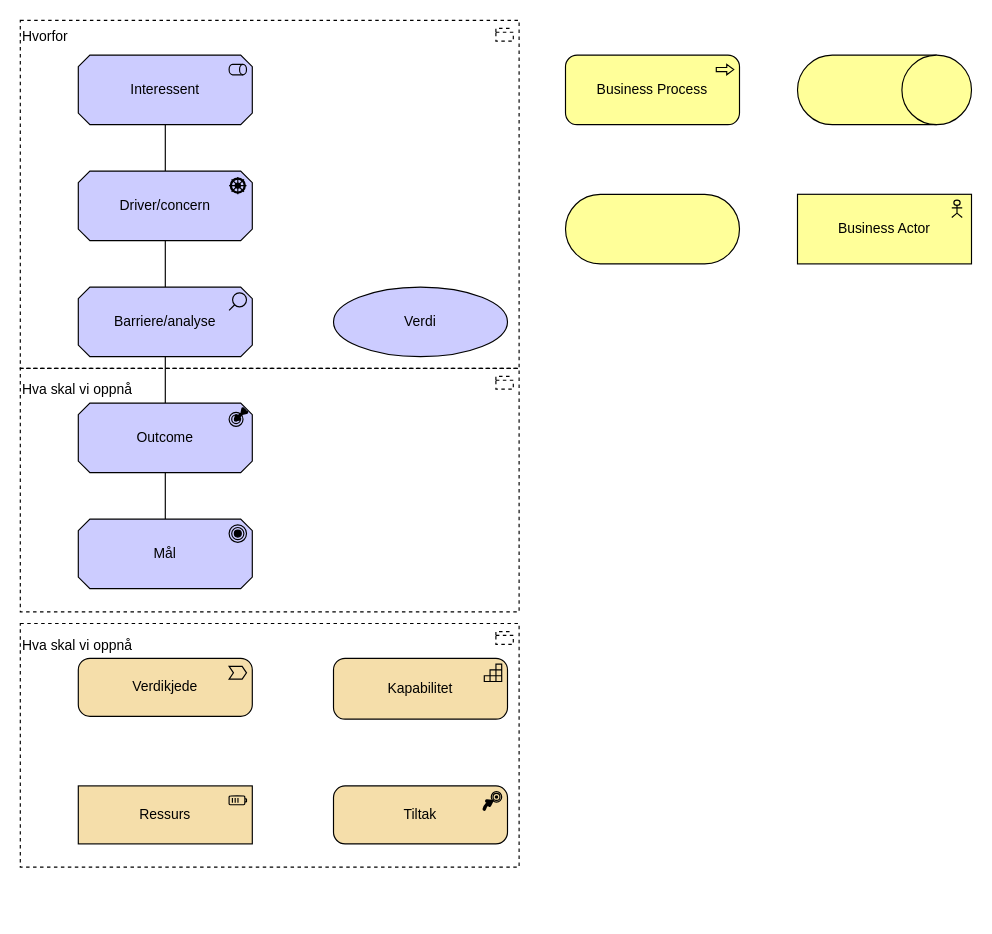
The draw.io diagram docs/why/arkitektur-motivasjon.drawio in hdir/Digital-Forstelinje, before the edit. Source tidied: cells renumbered, new cells numbered last; positions are measured from the earlier drawing's top-left corner, leaving out a move shared by most shapes. Both pictures are drawn from the tidied source at 116%, with x=0, y=0 at pixel (20, 20).
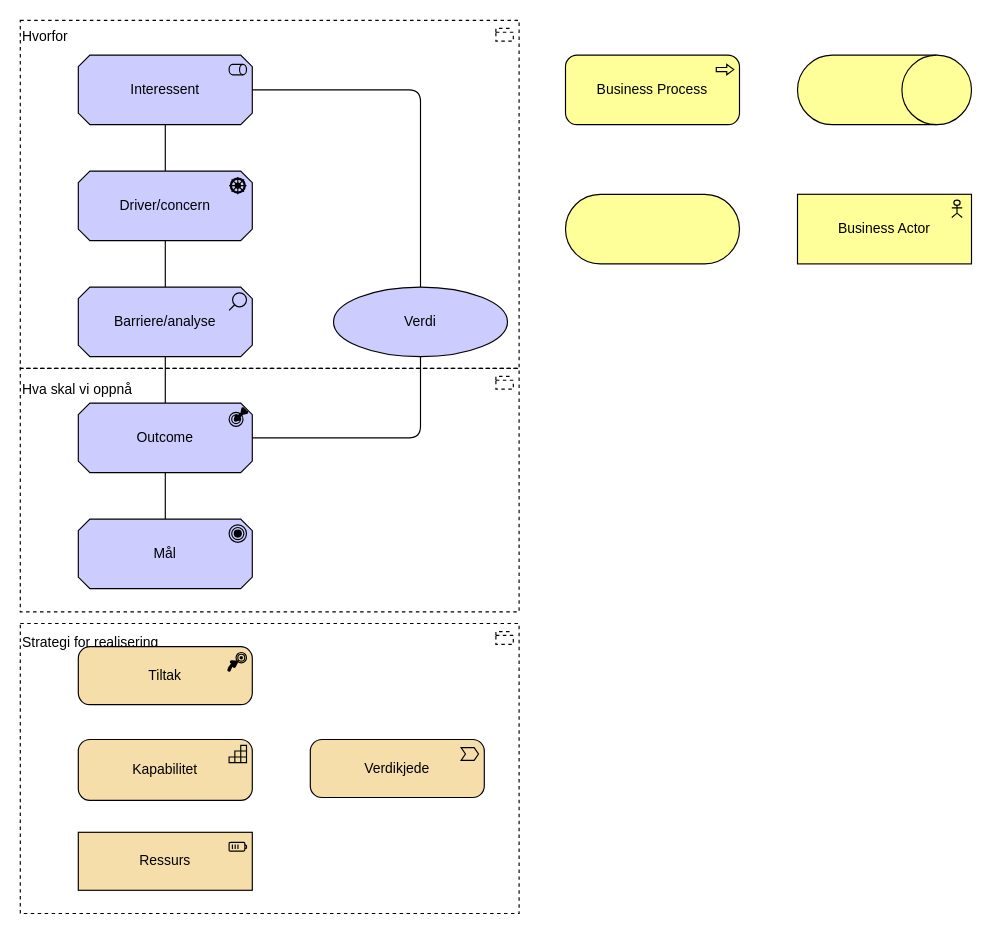
The same page after the edit.

The change refers to these unchanged cells:
```xml
<mxCell id="4" value="Interessent" style="html=1;outlineConnect=0;whiteSpace=wrap;fillColor=#CCCCFF;shape=mxgraph.archimate3.application;appType=role;archiType=oct;" parent="1" vertex="1">
  <mxGeometry x="50" y="30" width="150" height="60" as="geometry" />
</mxCell>
<mxCell id="6" value="Outcome" style="html=1;outlineConnect=0;whiteSpace=wrap;fillColor=#CCCCFF;shape=mxgraph.archimate3.application;appType=outcome;archiType=oct;" parent="1" vertex="1">
  <mxGeometry x="50" y="330" width="150" height="60" as="geometry" />
</mxCell>
<mxCell id="12" value="Verdi" style="shape=ellipse;html=1;whiteSpace=wrap;fillColor=#CCCCFF;" parent="1" vertex="1">
  <mxGeometry x="270" y="230" width="150" height="60" as="geometry" />
</mxCell>
```

Diff of the diagram source:
```diff
@@
+    <mxCell id="22" value="Strategi for realisering&lt;div&gt;&lt;font color=&quot;#000000&quot;&gt;&lt;br&gt;&lt;/font&gt;&lt;/div&gt;&lt;div&gt;&lt;font color=&quot;#000000&quot;&gt;&lt;br&gt;&lt;/font&gt;&lt;/div&gt;&lt;div&gt;&lt;font color=&quot;#000000&quot;&gt;&lt;br&gt;&lt;/font&gt;&lt;div&gt;&lt;font color=&quot;#000000&quot;&gt;&lt;br&gt;&lt;/font&gt;&lt;/div&gt;&lt;div&gt;&lt;font color=&quot;#000000&quot;&gt;&lt;br&gt;&lt;/font&gt;&lt;/div&gt;&lt;div&gt;&lt;font color=&quot;#000000&quot;&gt;&lt;br&gt;&lt;/font&gt;&lt;/div&gt;&lt;div&gt;&lt;font color=&quot;#000000&quot;&gt;&lt;br&gt;&lt;/font&gt;&lt;/div&gt;&lt;div&gt;&lt;font color=&quot;#000000&quot;&gt;&lt;br&gt;&lt;/font&gt;&lt;/div&gt;&lt;div&gt;&lt;font color=&quot;#000000&quot;&gt;&lt;br&gt;&lt;/font&gt;&lt;/div&gt;&lt;div&gt;&lt;font color=&quot;#000000&quot;&gt;&lt;br&gt;&lt;/font&gt;&lt;/div&gt;&lt;div&gt;&lt;font color=&quot;#000000&quot;&gt;&lt;br&gt;&lt;/font&gt;&lt;/div&gt;&lt;div&gt;&lt;font color=&quot;#000000&quot;&gt;&lt;br&gt;&lt;/font&gt;&lt;div&gt;&lt;br&gt;&lt;/div&gt;&lt;div&gt;&lt;br&gt;&lt;/div&gt;&lt;div&gt;&lt;br&gt;&lt;/div&gt;&lt;/div&gt;&lt;/div&gt;" style="html=1;whiteSpace=wrap;shape=mxgraph.archimate3.application;appType=grouping;archiType=square;dashed=1;fillColor=none;align=left;" parent="1" vertex="1">
+      <mxGeometry y="520" width="430" height="250" as="geometry" />
+    </mxCell>
@@
+    <mxCell id="21" value="Hvorfor&lt;div&gt;&lt;br&gt;&lt;/div&gt;&lt;div&gt;&lt;br&gt;&lt;/div&gt;&lt;div&gt;&lt;br&gt;&lt;/div&gt;&lt;div&gt;&lt;br&gt;&lt;/div&gt;&lt;div&gt;&lt;br&gt;&lt;/div&gt;&lt;div&gt;&lt;br&gt;&lt;/div&gt;&lt;div&gt;&lt;br&gt;&lt;/div&gt;&lt;div&gt;&lt;br&gt;&lt;/div&gt;&lt;div&gt;&lt;br&gt;&lt;/div&gt;&lt;div&gt;&lt;br&gt;&lt;/div&gt;&lt;div&gt;&lt;br&gt;&lt;/div&gt;&lt;div&gt;&lt;br&gt;&lt;/div&gt;&lt;div&gt;&lt;br&gt;&lt;/div&gt;&lt;div&gt;&lt;br&gt;&lt;/div&gt;&lt;div&gt;&lt;br&gt;&lt;/div&gt;&lt;div&gt;&lt;br&gt;&lt;/div&gt;&lt;div&gt;&lt;br&gt;&lt;/div&gt;&lt;div&gt;&lt;br&gt;&lt;/div&gt;&lt;div&gt;&lt;br&gt;&lt;/div&gt;" style="html=1;whiteSpace=wrap;shape=mxgraph.archimate3.application;appType=grouping;archiType=square;dashed=1;fillColor=none;align=left;" parent="1" vertex="1">
+      <mxGeometry width="430" height="300" as="geometry" />
+    </mxCell>
@@
     <mxCell id="13" value="Verdikjede" style="html=1;whiteSpace=wrap;fillColor=#F5DEAA;shape=mxgraph.archimate3.application;appType=valueStream;archiType=rounded;" parent="1" vertex="1">
-      <mxGeometry x="50" y="550" width="150" height="50" as="geometry" />
+      <mxGeometry x="250" y="620" width="150" height="50" as="geometry" />
     </mxCell>
     <mxCell id="14" value="Kapabilitet" style="html=1;whiteSpace=wrap;fillColor=#F5DEAA;shape=mxgraph.archimate3.application;appType=capability;archiType=rounded;" parent="1" vertex="1">
-      <mxGeometry x="270" y="550" width="150" height="52.5" as="geometry" />
+      <mxGeometry x="50" y="620" width="150" height="52.5" as="geometry" />
     </mxCell>
     <mxCell id="15" value="Tiltak" style="html=1;whiteSpace=wrap;fillColor=#F5DEAA;shape=mxgraph.archimate3.application;appType=course;archiType=rounded;" parent="1" vertex="1">
-      <mxGeometry x="270" y="660" width="150" height="50" as="geometry" />
+      <mxGeometry x="50" y="540" width="150" height="50" as="geometry" />
     </mxCell>
     <mxCell id="16" value="Ressurs" style="html=1;whiteSpace=wrap;fillColor=#F5DEAA;shape=mxgraph.archimate3.application;appType=resource;archiType=square;" parent="1" vertex="1">
-      <mxGeometry x="50" y="660" width="150" height="50" as="geometry" />
+      <mxGeometry x="50" y="700" width="150" height="50" as="geometry" />
     </mxCell>
@@
-    <mxCell id="21" value="Hvorfor&lt;div&gt;&lt;br&gt;&lt;/div&gt;&lt;div&gt;&lt;br&gt;&lt;/div&gt;&lt;div&gt;&lt;br&gt;&lt;/div&gt;&lt;div&gt;&lt;br&gt;&lt;/div&gt;&lt;div&gt;&lt;br&gt;&lt;/div&gt;&lt;div&gt;&lt;br&gt;&lt;/div&gt;&lt;div&gt;&lt;br&gt;&lt;/div&gt;&lt;div&gt;&lt;br&gt;&lt;/div&gt;&lt;div&gt;&lt;br&gt;&lt;/div&gt;&lt;div&gt;&lt;br&gt;&lt;/div&gt;&lt;div&gt;&lt;br&gt;&lt;/div&gt;&lt;div&gt;&lt;br&gt;&lt;/div&gt;&lt;div&gt;&lt;br&gt;&lt;/div&gt;&lt;div&gt;&lt;br&gt;&lt;/div&gt;&lt;div&gt;&lt;br&gt;&lt;/div&gt;&lt;div&gt;&lt;br&gt;&lt;/div&gt;&lt;div&gt;&lt;br&gt;&lt;/div&gt;&lt;div&gt;&lt;br&gt;&lt;/div&gt;&lt;div&gt;&lt;br&gt;&lt;/div&gt;" style="html=1;whiteSpace=wrap;shape=mxgraph.archimate3.application;appType=grouping;archiType=square;dashed=1;fillColor=none;align=left;" parent="1" vertex="1">
-      <mxGeometry width="430" height="300" as="geometry" />
-    </mxCell>
-    <mxCell id="22" value="Hva skal vi oppnå&lt;div&gt;&lt;font color=&quot;#000000&quot;&gt;&lt;br&gt;&lt;/font&gt;&lt;/div&gt;&lt;div&gt;&lt;font color=&quot;#000000&quot;&gt;&lt;br&gt;&lt;/font&gt;&lt;/div&gt;&lt;div&gt;&lt;font color=&quot;#000000&quot;&gt;&lt;br&gt;&lt;/font&gt;&lt;/div&gt;&lt;div&gt;&lt;font color=&quot;#000000&quot;&gt;&lt;br&gt;&lt;/font&gt;&lt;/div&gt;&lt;div&gt;&lt;font color=&quot;#000000&quot;&gt;&lt;br&gt;&lt;/font&gt;&lt;/div&gt;&lt;div&gt;&lt;font color=&quot;#000000&quot;&gt;&lt;br&gt;&lt;/font&gt;&lt;/div&gt;&lt;div&gt;&lt;font color=&quot;#000000&quot;&gt;&lt;br&gt;&lt;/font&gt;&lt;/div&gt;&lt;div&gt;&lt;font color=&quot;#000000&quot;&gt;&lt;br&gt;&lt;/font&gt;&lt;/div&gt;&lt;div&gt;&lt;font color=&quot;#000000&quot;&gt;&lt;br&gt;&lt;/font&gt;&lt;div&gt;&lt;br&gt;&lt;/div&gt;&lt;div&gt;&lt;br&gt;&lt;/div&gt;&lt;div&gt;&lt;br&gt;&lt;/div&gt;&lt;/div&gt;" style="html=1;whiteSpace=wrap;shape=mxgraph.archimate3.application;appType=grouping;archiType=square;dashed=1;fillColor=none;align=left;" parent="1" vertex="1">
-      <mxGeometry y="520" width="430" height="210" as="geometry" />
-    </mxCell>
+    <mxCell id="23" style="html=1;endArrow=none;elbow=vertical;entryX=0.5;entryY=1;entryDx=0;entryDy=0;exitX=1;exitY=0.5;exitDx=0;exitDy=0;exitPerimeter=0;edgeStyle=orthogonalEdgeStyle;" parent="1" edge="1" source="6" target="12">
+      <mxGeometry relative="1" as="geometry" />
+    </mxCell>
+    <mxCell id="24" style="html=1;endArrow=none;elbow=vertical;entryX=1;entryY=0.5;entryDx=0;entryDy=0;exitX=0.5;exitY=0;exitDx=0;exitDy=0;entryPerimeter=0;edgeStyle=orthogonalEdgeStyle;" parent="1" edge="1" source="12" target="4">
+      <mxGeometry relative="1" as="geometry" />
+    </mxCell>
```
